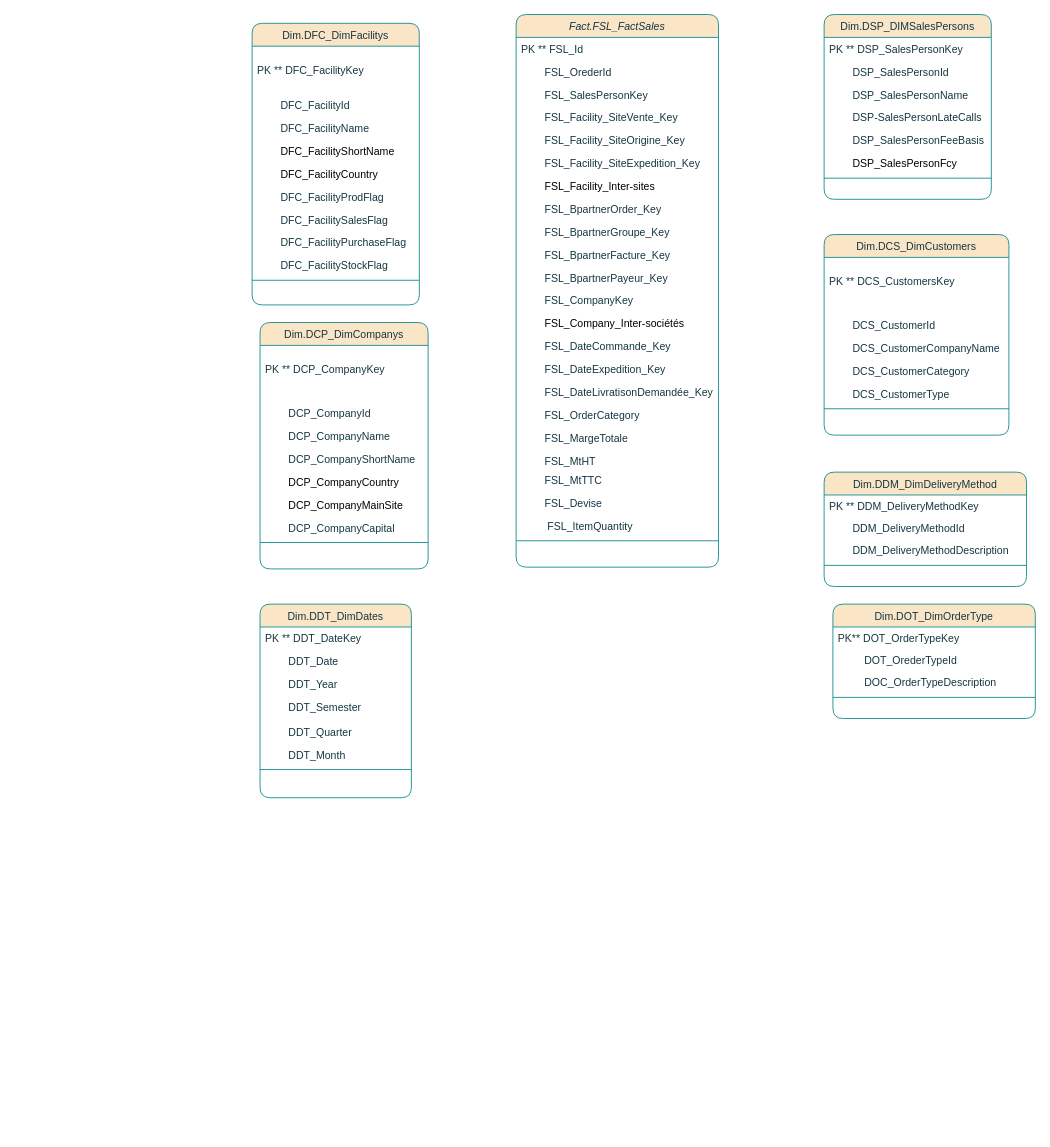
BorchaniMohamed/BI_PROJECT_PFE keeps this draw.io diagram as Diagramme de classe.drawio. Above is the earlier version. Source tidied: cells renumbered, new cells numbered last; positions are measured from the earlier drawing's top-left corner, leaving out a move shared by most shapes. Both pictures are drawn from the tidied source at 88%, with x=0, y=0 at pixel (252, 14).
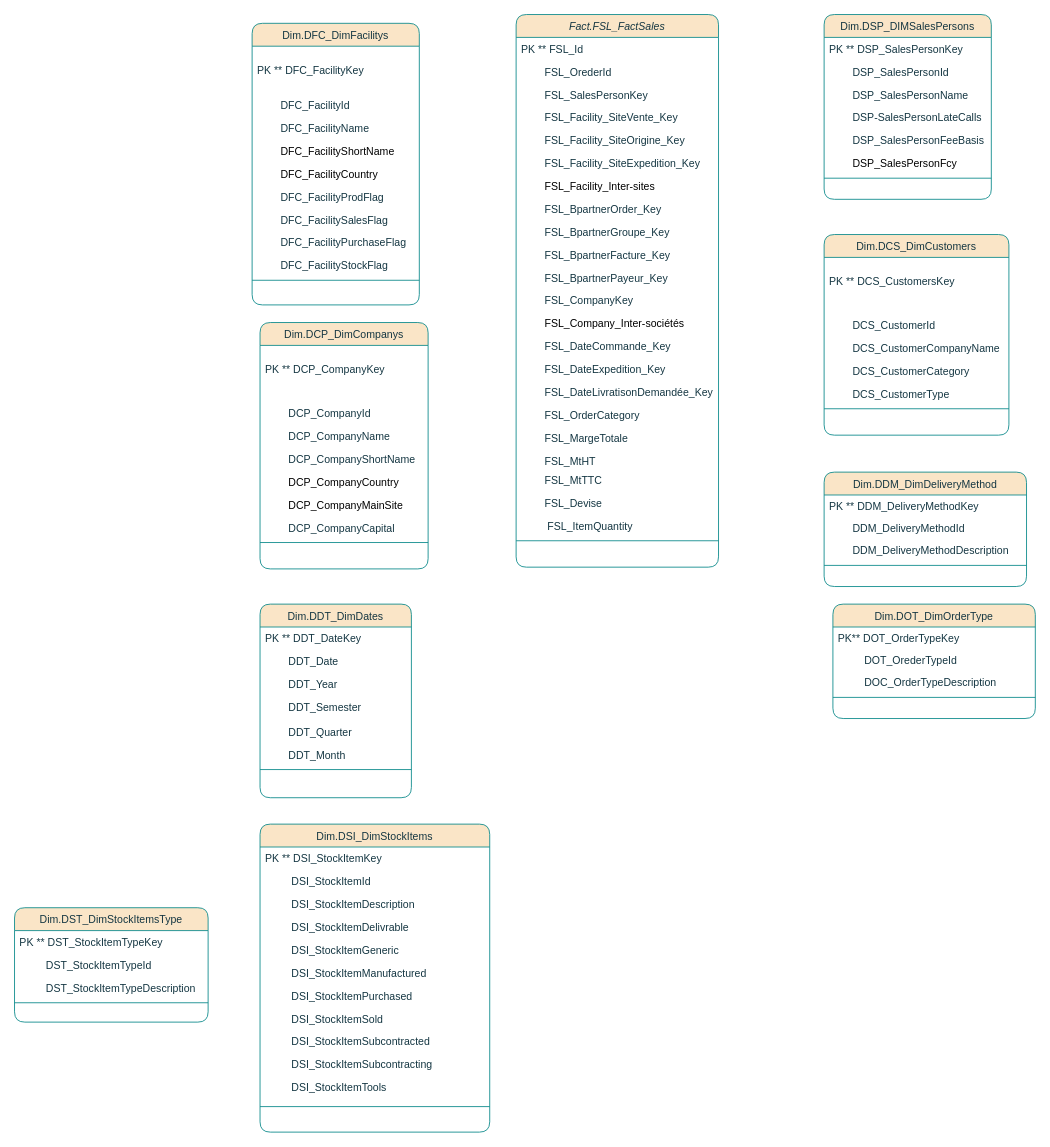
After the change.

Commit message:
Mettre à jour Diagramme de classe.drawio

What changed in the source:
```diff
@@
+    <mxCell id="79" value="Dim.DSI_DimStockItems" style="swimlane;fontStyle=0;align=center;verticalAlign=top;horizontal=1;startSize=26;rounded=1;shadow=0;strokeWidth=1;fillColor=#FAE5C7;strokeColor=#0F8B8D;labelBackgroundColor=none;fontColor=#143642;" parent="1" vertex="1">
+      <mxGeometry x="9" y="920" width="261" height="350" as="geometry" />
+    </mxCell>
+    <mxCell id="80" value="PK ** DSI_StockItemKey" style="text;align=left;verticalAlign=top;spacingLeft=4;spacingRight=4;overflow=hidden;labelBackgroundColor=none;fontColor=#143642;rounded=1;" parent="79" vertex="1">
+      <mxGeometry y="26" width="261" height="26" as="geometry" />
+    </mxCell>
+    <mxCell id="81" value="         DSI_StockItemId&#10;" style="text;align=left;verticalAlign=top;spacingLeft=4;spacingRight=4;overflow=hidden;labelBackgroundColor=none;fontColor=#143642;rounded=1;" parent="79" vertex="1">
+      <mxGeometry y="52" width="261" height="26" as="geometry" />
+    </mxCell>
+    <mxCell id="82" value="         DSI_StockItemDescription&#10;" style="text;align=left;verticalAlign=top;spacingLeft=4;spacingRight=4;overflow=hidden;labelBackgroundColor=none;fontColor=#143642;rounded=1;" parent="79" vertex="1">
+      <mxGeometry y="78" width="261" height="26" as="geometry" />
+    </mxCell>
+    <mxCell id="83" value="         DSI_StockItemDelivrable" style="text;align=left;verticalAlign=top;spacingLeft=4;spacingRight=4;overflow=hidden;labelBackgroundColor=none;fontColor=#143642;rounded=1;" parent="79" vertex="1">
+      <mxGeometry y="104" width="261" height="26" as="geometry" />
+    </mxCell>
+    <mxCell id="84" value="         DSI_StockItemGeneric &#10;" style="text;align=left;verticalAlign=top;spacingLeft=4;spacingRight=4;overflow=hidden;labelBackgroundColor=none;fontColor=#143642;rounded=1;" parent="79" vertex="1">
+      <mxGeometry y="130" width="261" height="26" as="geometry" />
+    </mxCell>
+    <mxCell id="85" value="         DSI_StockItemManufactured" style="text;align=left;verticalAlign=top;spacingLeft=4;spacingRight=4;overflow=hidden;labelBackgroundColor=none;fontColor=#143642;rounded=1;" parent="79" vertex="1">
+      <mxGeometry y="156" width="261" height="26" as="geometry" />
+    </mxCell>
+    <mxCell id="86" value="         DSI_StockItemPurchased" style="text;align=left;verticalAlign=top;spacingLeft=4;spacingRight=4;overflow=hidden;labelBackgroundColor=none;fontColor=#143642;rounded=1;" parent="79" vertex="1">
+      <mxGeometry y="182" width="261" height="26" as="geometry" />
+    </mxCell>
+    <mxCell id="87" value="         DSI_StockItemSold&#10;" style="text;align=left;verticalAlign=top;spacingLeft=4;spacingRight=4;overflow=hidden;labelBackgroundColor=none;fontColor=#143642;rounded=1;" parent="79" vertex="1">
+      <mxGeometry y="208" width="261" height="26" as="geometry" />
+    </mxCell>
+    <mxCell id="88" value="         DSI_StockItemSubcontracted" style="text;align=left;verticalAlign=top;spacingLeft=4;spacingRight=4;overflow=hidden;labelBackgroundColor=none;fontColor=#143642;rounded=1;" parent="79" vertex="1">
+      <mxGeometry y="234" width="261" height="26" as="geometry" />
+    </mxCell>
+    <mxCell id="89" value="         DSI_StockItemSubcontracting&#10;" style="text;align=left;verticalAlign=top;spacingLeft=4;spacingRight=4;overflow=hidden;labelBackgroundColor=none;fontColor=#143642;rounded=1;" parent="79" vertex="1">
+      <mxGeometry y="260" width="261" height="26" as="geometry" />
+    </mxCell>
+    <mxCell id="90" value="         DSI_StockItemTools&#10;" style="text;align=left;verticalAlign=top;spacingLeft=4;spacingRight=4;overflow=hidden;labelBackgroundColor=none;fontColor=#143642;rounded=1;" parent="79" vertex="1">
+      <mxGeometry y="286" width="261" height="26" as="geometry" />
+    </mxCell>
+    <mxCell id="91" style="line;html=1;strokeWidth=1;align=left;verticalAlign=middle;spacingTop=-1;spacingLeft=3;spacingRight=3;labelPosition=right;labelBackgroundColor=none;fillColor=#FAE5C7;strokeColor=#0F8B8D;fontColor=#143642;rounded=1;" parent="79" vertex="1">
+      <mxGeometry y="312" width="261" height="18" as="geometry" />
+    </mxCell>
+    <mxCell id="92" value="Dim.DST_DimStockItemsType" style="swimlane;fontStyle=0;align=center;verticalAlign=top;horizontal=1;startSize=26;rounded=1;shadow=0;strokeWidth=1;fillColor=#FAE5C7;strokeColor=#0F8B8D;labelBackgroundColor=none;fontColor=#143642;" parent="1" vertex="1">
+      <mxGeometry x="-270" y="1015" width="220" height="130" as="geometry" />
+    </mxCell>
+    <mxCell id="93" value="PK ** DST_StockItemTypeKey" style="text;align=left;verticalAlign=top;spacingLeft=4;spacingRight=4;overflow=hidden;labelBackgroundColor=none;fontColor=#143642;rounded=1;" parent="92" vertex="1">
+      <mxGeometry y="26" width="220" height="26" as="geometry" />
+    </mxCell>
+    <mxCell id="94" value="         DST_StockItemTypeId&#10;" style="text;align=left;verticalAlign=top;spacingLeft=4;spacingRight=4;overflow=hidden;labelBackgroundColor=none;fontColor=#143642;rounded=1;" parent="92" vertex="1">
+      <mxGeometry y="52" width="220" height="26" as="geometry" />
+    </mxCell>
+    <mxCell id="95" value="         DST_StockItemTypeDescription&#10;" style="text;align=left;verticalAlign=top;spacingLeft=4;spacingRight=4;overflow=hidden;labelBackgroundColor=none;fontColor=#143642;rounded=1;" parent="92" vertex="1">
+      <mxGeometry y="78" width="220" height="26" as="geometry" />
+    </mxCell>
+    <mxCell id="96" style="line;html=1;strokeWidth=1;align=left;verticalAlign=middle;spacingTop=-1;spacingLeft=3;spacingRight=3;labelPosition=right;labelBackgroundColor=none;fillColor=#FAE5C7;strokeColor=#0F8B8D;fontColor=#143642;rounded=1;" parent="92" vertex="1">
+      <mxGeometry y="104" width="220" height="8" as="geometry" />
+    </mxCell>
```
